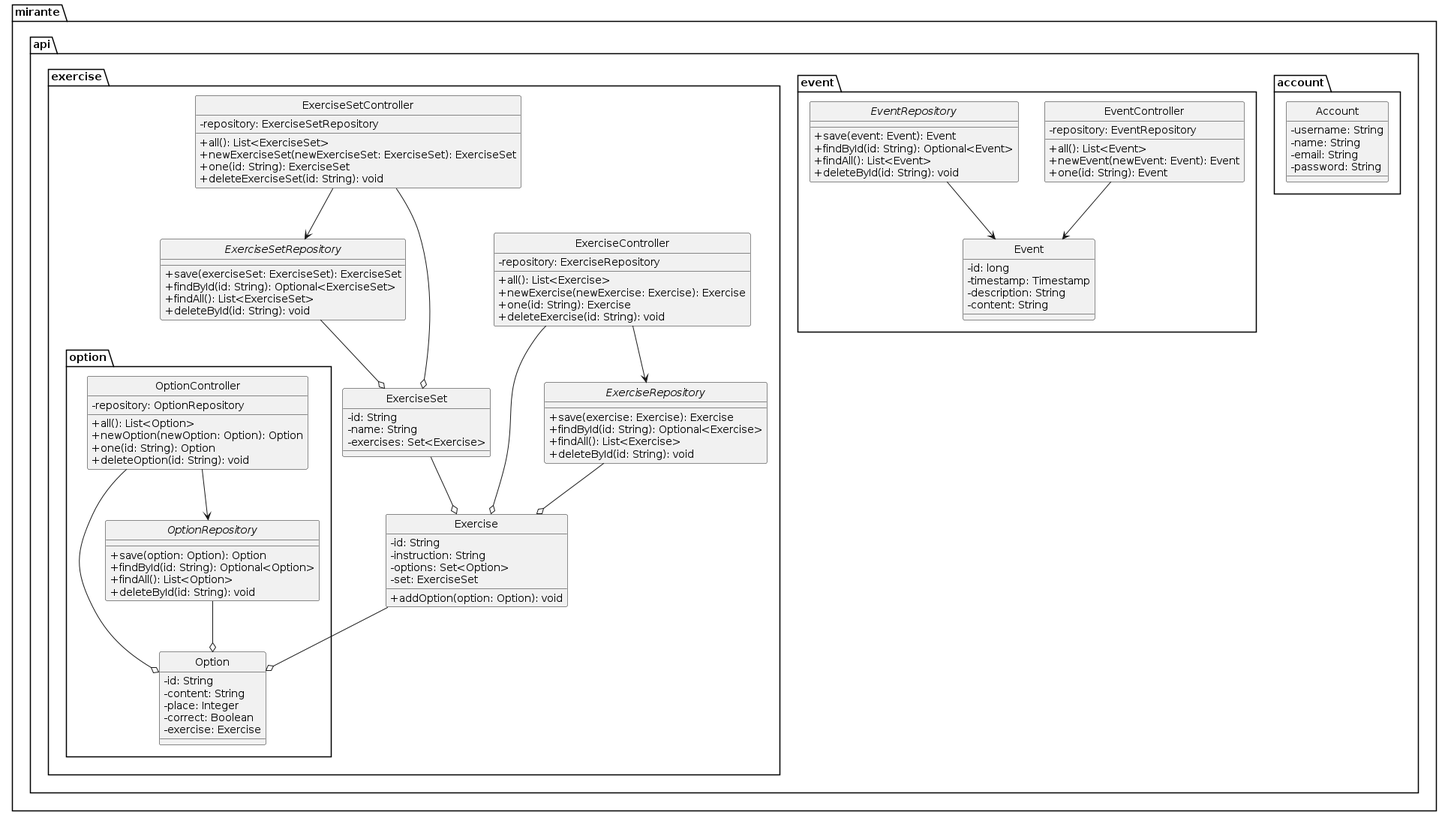
Earlier version of the PlantUML export docs/img/class.png (jultty/mirante-spring).
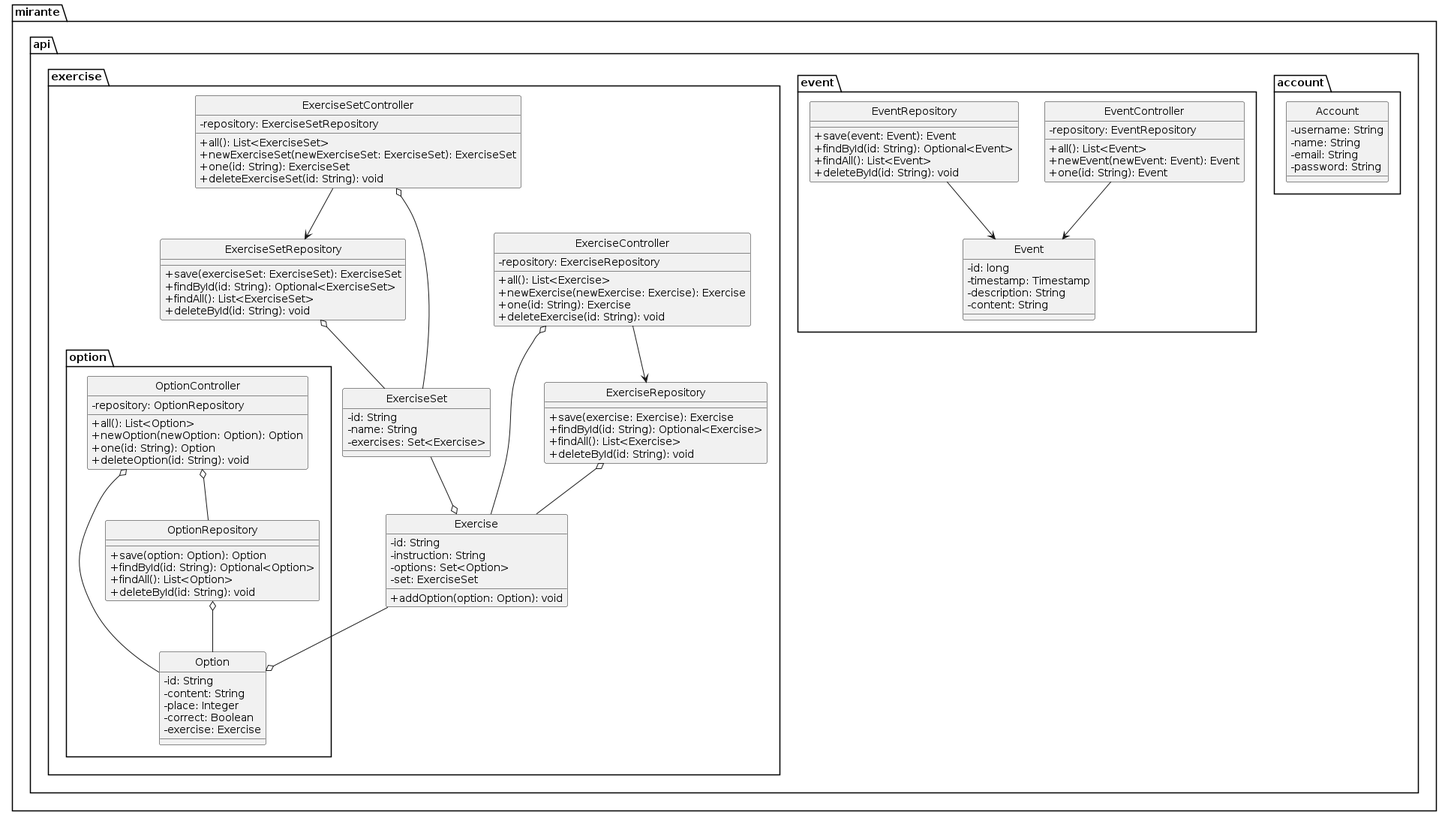
The same file after the commit.

Commit message:
Fix class diagram italics, aggregations direction

The edit, as a diff of the source:
```diff
@@ -26,7 +26,7 @@
   - content: String
 }
 
-interface EventRepository {
+class EventRepository {
   + save(event: Event): Event
   + findById(id: String): Optional<Event>
   + findAll(): List<Event>
@@ -61,7 +61,7 @@
   - exercises: Set<Exercise>
 }
 
-interface ExerciseRepository {
+class ExerciseRepository {
   + save(exercise: Exercise): Exercise
   + findById(id: String): Optional<Exercise>
   + findAll(): List<Exercise>
@@ -76,7 +76,7 @@
   + deleteExerciseSet(id: String): void
 }
 
-interface ExerciseSetRepository {
+class ExerciseSetRepository {
   + save(exerciseSet: ExerciseSet): ExerciseSet
   + findById(id: String): Optional<ExerciseSet>
   + findAll(): List<ExerciseSet>
@@ -100,7 +100,7 @@
   - exercise: Exercise
 }
 
-interface OptionRepository {
+class OptionRepository {
   + save(option: Option): Option
   + findById(id: String): Optional<Option>
   + findAll(): List<Option>
@@ -113,16 +113,16 @@
 ExerciseSet --o Exercise
 Exercise --o Option
 
-OptionController --o Option
-OptionRepository --o Option
-OptionController --> OptionRepository
+OptionController o-- Option
+OptionRepository o-- Option
+OptionController o-- OptionRepository
 
-ExerciseController --o Exercise
-ExerciseRepository --o Exercise
+ExerciseController o-- Exercise
+ExerciseRepository o-- Exercise
 ExerciseController --> ExerciseRepository
 
-ExerciseSetRepository --o ExerciseSet
-ExerciseSetController --o ExerciseSet
+ExerciseSetRepository o-- ExerciseSet
+ExerciseSetController o-- ExerciseSet
 ExerciseSetController --> ExerciseSetRepository
 
 
```
